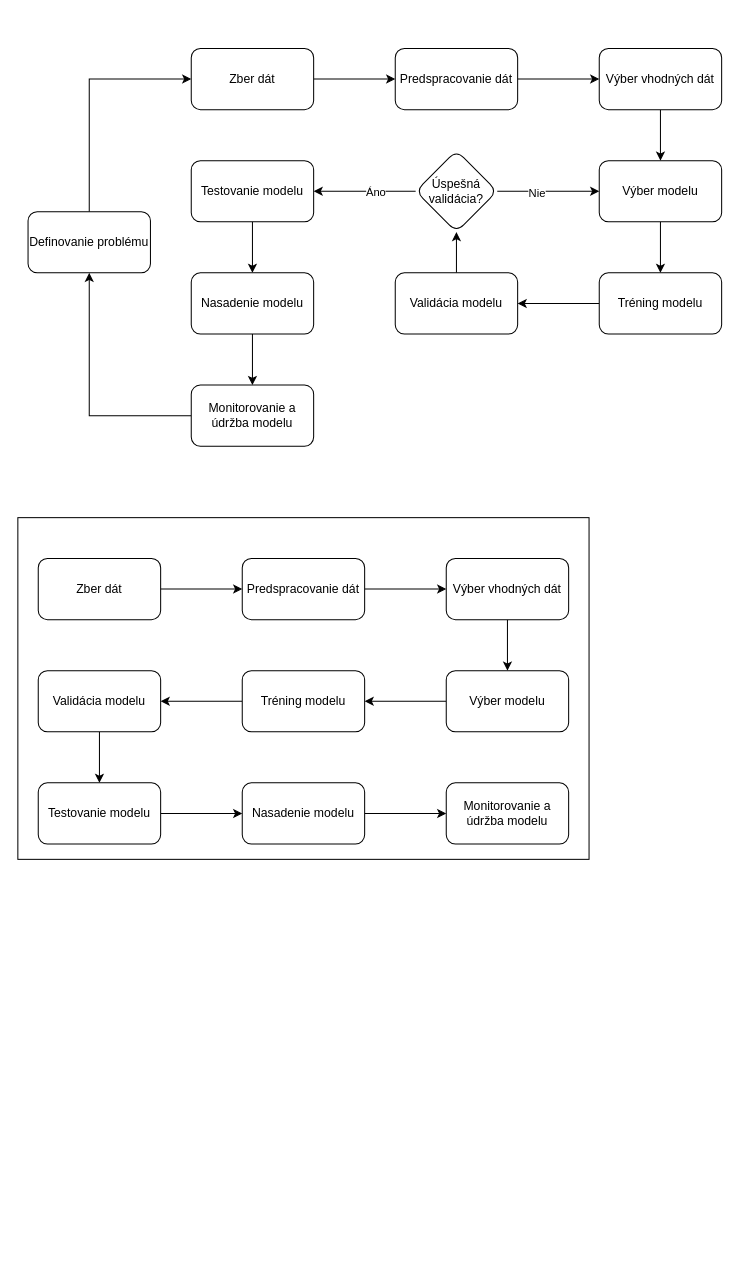
Jammz-kekw/MIP_clanok_AI_in_3D_welding keeps this draw.io diagram as AS.drawio. Above is the earlier version. Source tidied: cells renumbered, new cells numbered last; positions are measured from the earlier drawing's top-left corner, leaving out a move shared by most shapes. Both pictures are drawn from the tidied source at 102%, with x=0, y=0 at pixel (17, 48).
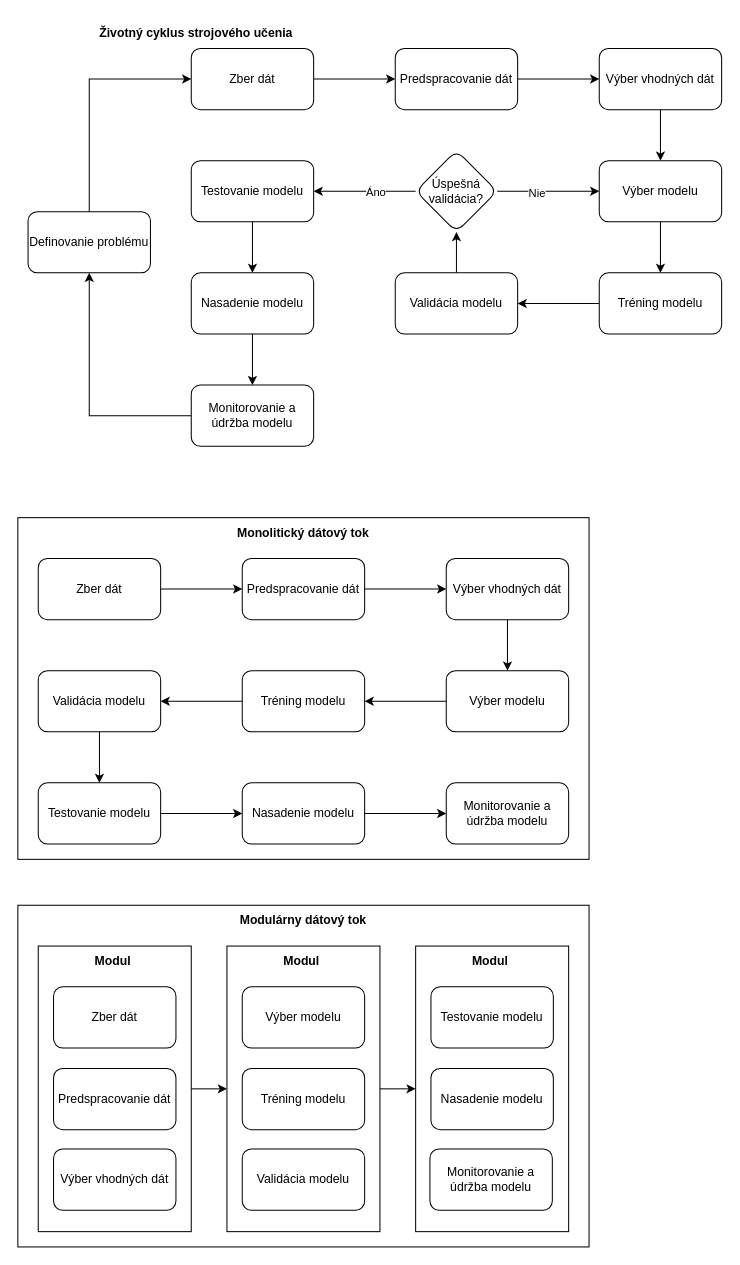
After the change.

The edit, as a diff of the source:
```diff
@@
+    <mxCell id="45" value="&lt;b&gt;Monolitický dátový tok&lt;/b&gt;" style="text;html=1;align=center;verticalAlign=middle;whiteSpace=wrap;rounded=0;" parent="1" vertex="1">
+      <mxGeometry x="210" y="460" width="140" height="30" as="geometry" />
+    </mxCell>
+    <mxCell id="46" value="&lt;b&gt;Životný cyklus strojového učenia&lt;/b&gt;" style="text;html=1;align=center;verticalAlign=middle;whiteSpace=wrap;rounded=0;" parent="1" vertex="1">
+      <mxGeometry x="70" y="-30" width="210" height="30" as="geometry" />
+    </mxCell>
+    <mxCell id="47" style="rounded=0;whiteSpace=wrap;html=1;" parent="1" vertex="1">
+      <mxGeometry y="840" width="560" height="335" as="geometry" />
+    </mxCell>
+    <mxCell id="48" value="&lt;b&gt;Modulárny dátový tok&lt;/b&gt;" style="text;html=1;align=center;verticalAlign=middle;whiteSpace=wrap;rounded=0;" parent="1" vertex="1">
+      <mxGeometry x="210" y="840" width="140" height="30" as="geometry" />
+    </mxCell>
+    <mxCell id="49" style="edgeStyle=orthogonalEdgeStyle;rounded=0;jettySize=auto;html=1;exitX=1;exitY=0.5;exitDx=0;exitDy=0;entryX=0;entryY=0.5;entryDx=0;entryDy=0;" parent="1" edge="1" source="50" target="52">
+      <mxGeometry relative="1" as="geometry" />
+    </mxCell>
+    <mxCell id="50" style="rounded=0;whiteSpace=wrap;html=1;" parent="1" vertex="1">
+      <mxGeometry x="20" y="880" width="150" height="280" as="geometry" />
+    </mxCell>
+    <mxCell id="51" style="edgeStyle=orthogonalEdgeStyle;rounded=0;jettySize=auto;html=1;exitX=1;exitY=0.5;exitDx=0;exitDy=0;entryX=0;entryY=0.5;entryDx=0;entryDy=0;" parent="1" edge="1" source="52" target="53">
+      <mxGeometry relative="1" as="geometry" />
+    </mxCell>
+    <mxCell id="52" style="rounded=0;whiteSpace=wrap;html=1;" parent="1" vertex="1">
+      <mxGeometry x="205" y="880" width="150" height="280" as="geometry" />
+    </mxCell>
+    <mxCell id="53" style="rounded=0;whiteSpace=wrap;html=1;" parent="1" vertex="1">
+      <mxGeometry x="390" y="880" width="150" height="280" as="geometry" />
+    </mxCell>
+    <mxCell id="54" value="&lt;b&gt;Modul&amp;nbsp;&lt;/b&gt;" style="text;html=1;align=center;verticalAlign=middle;whiteSpace=wrap;rounded=0;" parent="1" vertex="1">
+      <mxGeometry x="65" y="880" width="60" height="30" as="geometry" />
+    </mxCell>
+    <mxCell id="55" value="&lt;b&gt;Modul&amp;nbsp;&lt;/b&gt;" style="text;html=1;align=center;verticalAlign=middle;whiteSpace=wrap;rounded=0;" parent="1" vertex="1">
+      <mxGeometry x="250" y="880" width="60" height="30" as="geometry" />
+    </mxCell>
+    <mxCell id="56" value="&lt;b&gt;Modul&amp;nbsp;&lt;/b&gt;" style="text;html=1;align=center;verticalAlign=middle;whiteSpace=wrap;rounded=0;" parent="1" vertex="1">
+      <mxGeometry x="435" y="880" width="60" height="30" as="geometry" />
+    </mxCell>
+    <mxCell id="57" value="Zber dát" style="rounded=1;whiteSpace=wrap;html=1;" parent="1" vertex="1">
+      <mxGeometry x="35" y="920" width="120" height="60" as="geometry" />
+    </mxCell>
+    <mxCell id="58" value="Predspracovanie dát" style="whiteSpace=wrap;html=1;rounded=1;" parent="1" vertex="1">
+      <mxGeometry x="35" y="1000" width="120" height="60" as="geometry" />
+    </mxCell>
+    <mxCell id="59" value="Výber vhodných dát" style="whiteSpace=wrap;html=1;rounded=1;" parent="1" vertex="1">
+      <mxGeometry x="35" y="1079" width="120" height="60" as="geometry" />
+    </mxCell>
+    <mxCell id="60" value="Výber modelu" style="whiteSpace=wrap;html=1;rounded=1;" parent="1" vertex="1">
+      <mxGeometry x="220" y="920" width="120" height="60" as="geometry" />
+    </mxCell>
+    <mxCell id="61" value="Tréning modelu" style="whiteSpace=wrap;html=1;rounded=1;" parent="1" vertex="1">
+      <mxGeometry x="220" y="1000" width="120" height="60" as="geometry" />
+    </mxCell>
+    <mxCell id="62" value="Validácia modelu" style="whiteSpace=wrap;html=1;rounded=1;" parent="1" vertex="1">
+      <mxGeometry x="220" y="1079" width="120" height="60" as="geometry" />
+    </mxCell>
+    <mxCell id="63" value="Testovanie modelu" style="whiteSpace=wrap;html=1;rounded=1;" parent="1" vertex="1">
+      <mxGeometry x="405" y="920" width="120" height="60" as="geometry" />
+    </mxCell>
+    <mxCell id="64" value="Nasadenie modelu" style="whiteSpace=wrap;html=1;rounded=1;" parent="1" vertex="1">
+      <mxGeometry x="405" y="1000" width="120" height="60" as="geometry" />
+    </mxCell>
+    <mxCell id="65" value="Monitorovanie a údržba modelu" style="whiteSpace=wrap;html=1;rounded=1;" parent="1" vertex="1">
+      <mxGeometry x="404" y="1079" width="120" height="60" as="geometry" />
+    </mxCell>
```
